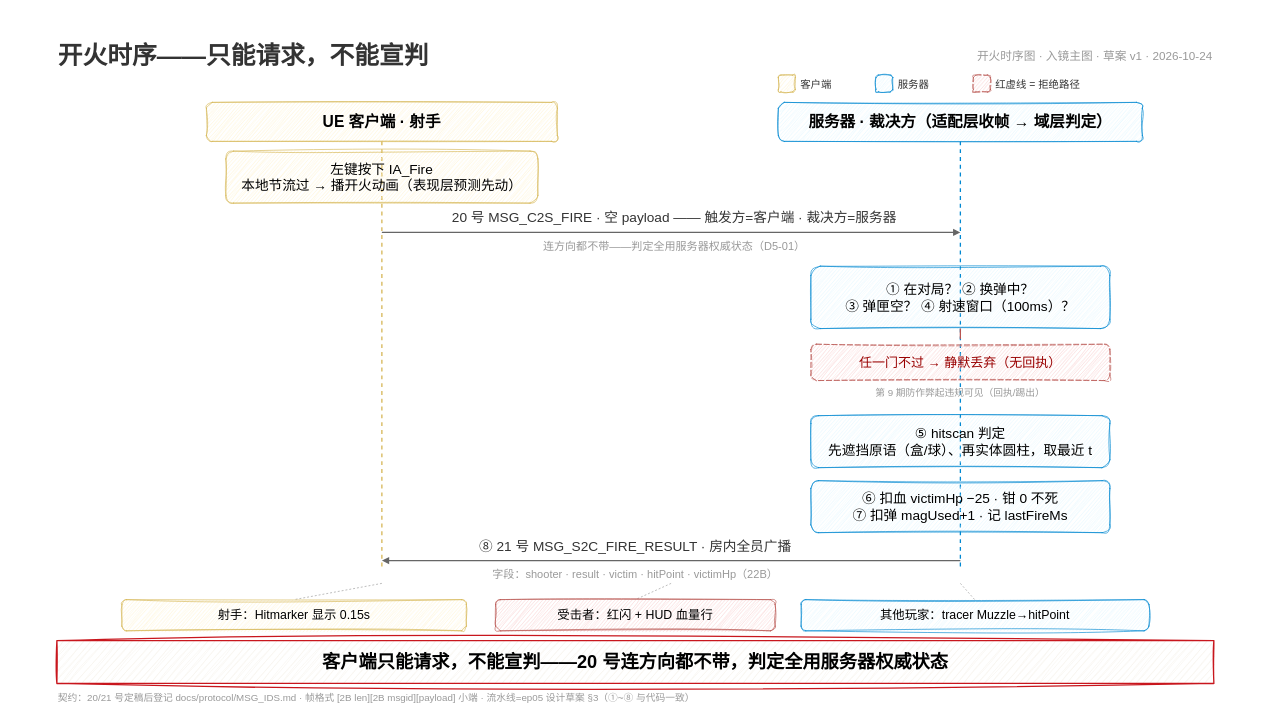
Above: docs/episodes/ep05/fire_sequence.drawio in x-PiXiu/Sightline (draw.io), before the change. Source tidied: cells renumbered, new cells numbered last; positions are measured from the earlier drawing's top-left corner, leaving out a move shared by most shapes. Both pictures are drawn from the tidied source at 65%, with x=0, y=0 at pixel (11, 11).
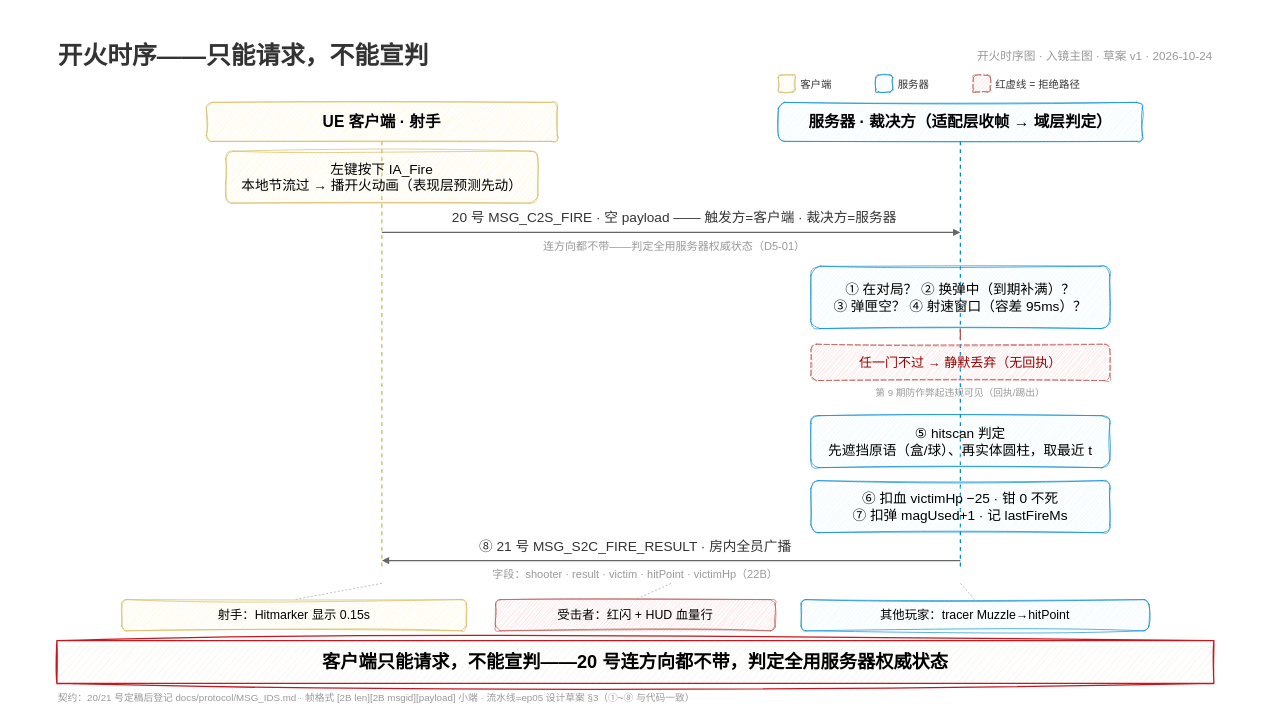
The same diagram, later.

The edit, as a diff of the source:
```diff
@@
-    <mxCell id="19" value="① 在对局？   ② 换弹中？&#10;③ 弹匣空？   ④ 射速窗口（100ms）？" style="rounded=1;whiteSpace=wrap;fillColor=#e1f5fe;strokeColor=#0288d1;fontSize=21;sketch=1;curveFitting=1;jiggle=2;" parent="1" vertex="1">
+    <mxCell id="19" value="① 在对局？   ② 换弹中（到期补满）？&#10;③ 弹匣空？   ④ 射速窗口（容差 95ms）？" style="rounded=1;whiteSpace=wrap;fillColor=#e1f5fe;strokeColor=#0288d1;fontSize=21;sketch=1;curveFitting=1;jiggle=2;" parent="1" vertex="1">
       <mxGeometry x="1230" y="392" width="460" height="96" as="geometry" />
     </mxCell>
```
